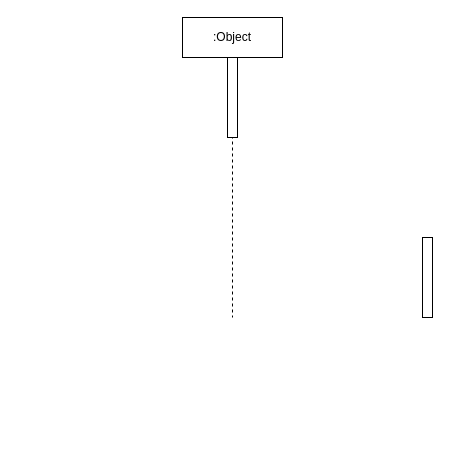
timoorm/first keeps this draw.io diagram as page 2 of 3 of Untitled Diagram.drawio. Above is the earlier version. Source tidied: cells renumbered, new cells numbered last; positions are measured from the earlier drawing's top-left corner, leaving out a move shared by most shapes. Both pictures are drawn from the tidied source at 100%, with x=0, y=0 at pixel (182, 17).
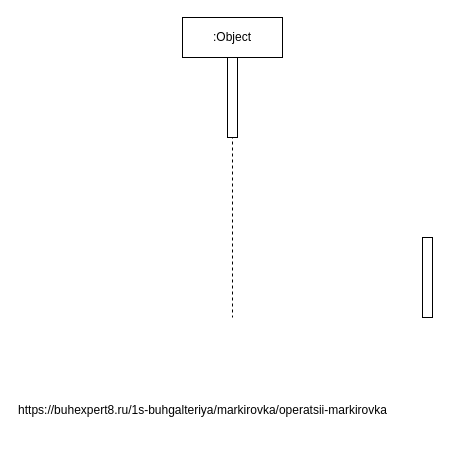
The same page after the edit.

Diff of the diagram source:
```diff
@@
 <mxGraphModel>
   <root>
     <mxCell id="0" />
     <mxCell id="1" parent="0" />
     <mxCell id="2" value=":Object" style="shape=umlLifeline;perimeter=lifelinePerimeter;whiteSpace=wrap;html=1;" parent="1" vertex="1">
       <mxGeometry width="100" height="300" as="geometry" />
     </mxCell>
     <mxCell id="3" style="html=1;perimeter=orthogonalPerimeter;" parent="1" vertex="1">
       <mxGeometry x="240" y="220" width="10" height="80" as="geometry" />
     </mxCell>
     <mxCell id="4" style="html=1;perimeter=orthogonalPerimeter;" parent="1" vertex="1">
       <mxGeometry x="45" y="40" width="10" height="80" as="geometry" />
     </mxCell>
+    <mxCell id="5" value="&lt;div&gt;https://buhexpert8.ru/1s-buhgalteriya/markirovka/operatsii-markirovka&lt;/div&gt;&lt;div&gt;&lt;br&gt;&lt;/div&gt;" style="text;html=1;align=center;verticalAlign=middle;" parent="1" vertex="1">
+      <mxGeometry x="-165" y="385" width="370" height="30" as="geometry" />
+    </mxCell>
   </root>
 </mxGraphModel>
```
